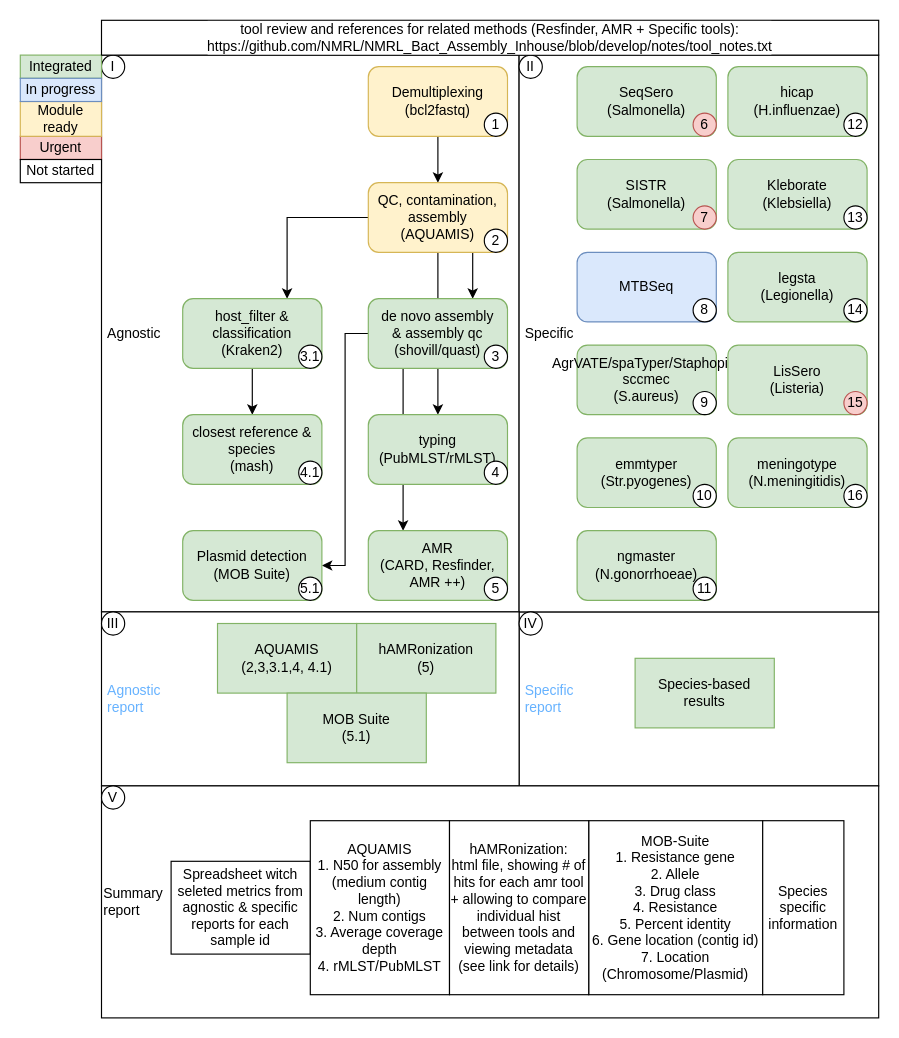
Before: notes/Agnostic_specific_pipe.drawio in NMRL/Ardetype, a draw.io diagram. Source tidied: cells renumbered, new cells numbered last; positions are measured from the earlier drawing's top-left corner, leaving out a move shared by most shapes. Both pictures are drawn from the tidied source at 116%, with x=0, y=0 at pixel (20, 20).
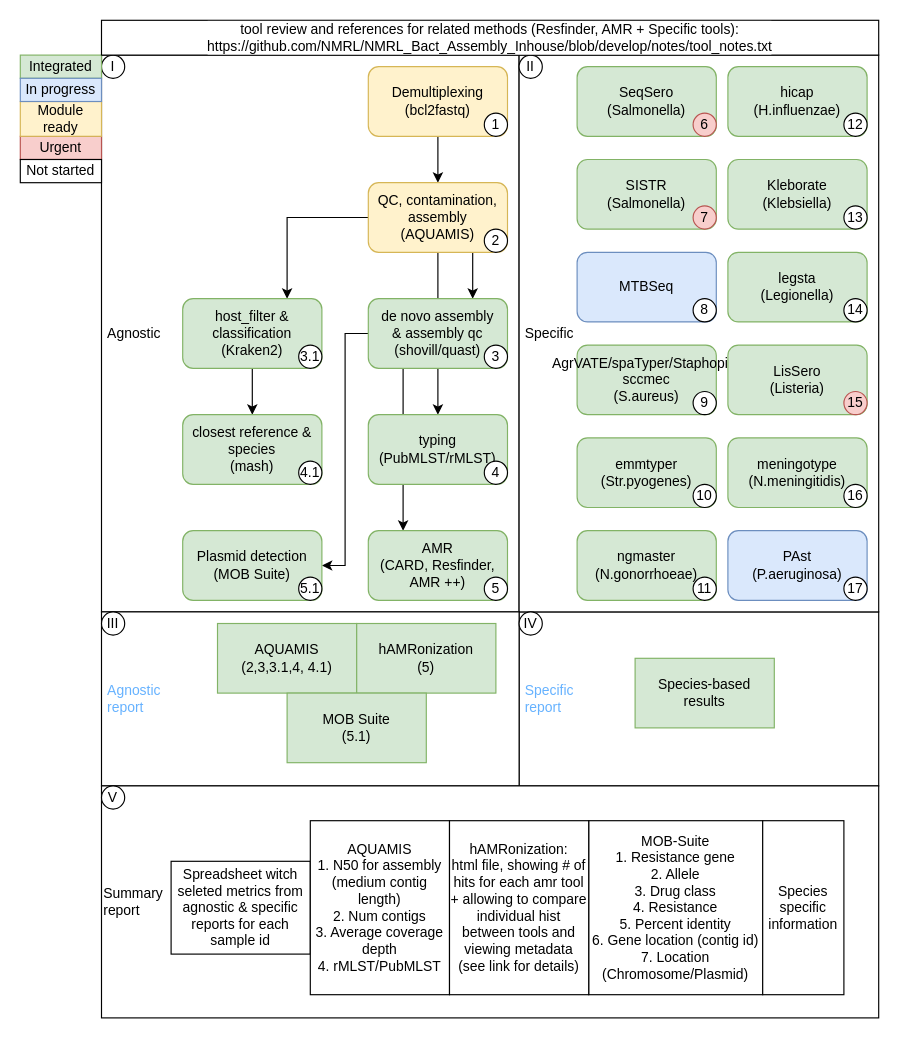
The same diagram, later.

Diff of the diagram source:
```diff
@@
+    <mxCell id="72" value="&lt;div&gt;PAst&lt;/div&gt;&lt;div&gt;(P.aeruginosa)&lt;br&gt;&lt;/div&gt;" style="whiteSpace=wrap;html=1;fillColor=#dae8fc;strokeColor=#6c8ebf;rounded=1;" parent="1" vertex="1">
+      <mxGeometry x="610" y="440" width="120" height="60" as="geometry" />
+    </mxCell>
+    <mxCell id="73" value="17" style="ellipse;whiteSpace=wrap;html=1;" parent="1" vertex="1">
+      <mxGeometry x="710" y="480" width="20" height="20" as="geometry" />
+    </mxCell>
```
